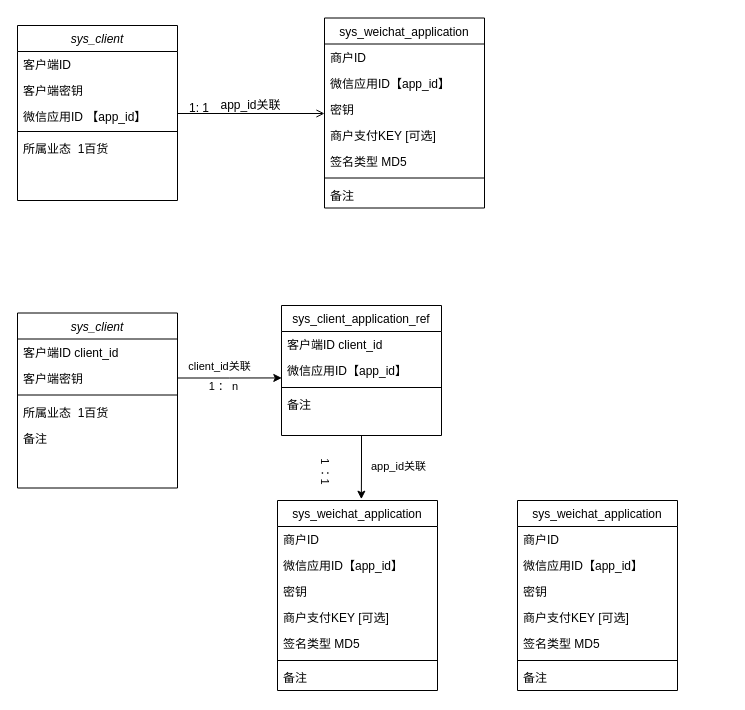
The draw.io diagram Untitled Diagram.drawio in nayouzhenai/java_web, before the edit. Source tidied: cells renumbered, new cells numbered last; positions are measured from the earlier drawing's top-left corner, leaving out a move shared by most shapes. Both pictures are drawn from the tidied source at 100%, with x=0, y=0 at pixel (17, 17).
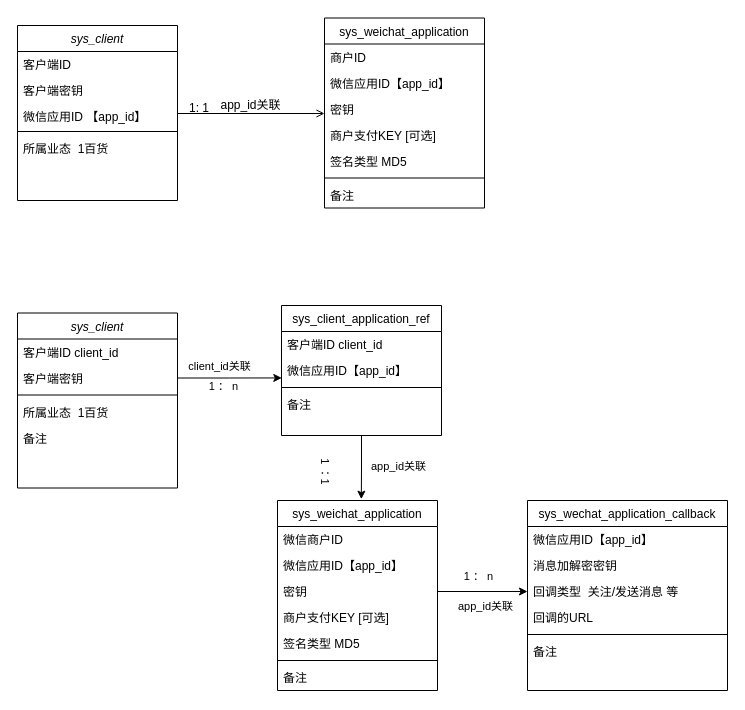
After the change.

The change refers to these unchanged cells:
```xml
<mxCell id="34" value="sys_weichat_application" style="swimlane;fontStyle=0;align=center;verticalAlign=top;horizontal=1;startSize=26;rounded=0;shadow=0;strokeWidth=1;" parent="1" vertex="1">
  <mxGeometry x="260" y="483" width="160" height="190" as="geometry" />
</mxCell>
<mxCell id="37" value="密钥" style="text;align=left;verticalAlign=top;spacingLeft=4;spacingRight=4;overflow=hidden;points=[[0,0.5],[1,0.5]];portConstraint=eastwest;rounded=0;shadow=0;html=0;" parent="34" vertex="1">
  <mxGeometry y="78" width="160" height="26" as="geometry" />
</mxCell>
```

What changed in the source:
```diff
@@
-    <mxCell id="35" value="商户ID" style="text;align=left;verticalAlign=top;spacingLeft=4;spacingRight=4;overflow=hidden;" parent="34" vertex="1">
+    <mxCell id="35" value="微信商户ID" style="text;align=left;verticalAlign=top;spacingLeft=4;spacingRight=4;overflow=hidden;" parent="34" vertex="1">
       <mxGeometry y="26" width="160" height="26" as="geometry" />
     </mxCell>
@@
-    <mxCell id="43" value="sys_weichat_application" style="swimlane;fontStyle=0;align=center;verticalAlign=top;horizontal=1;startSize=26;rounded=0;shadow=0;strokeWidth=1;" parent="1" vertex="1">
-      <mxGeometry x="500" y="483" width="160" height="190" as="geometry" />
+    <mxCell id="43" value="sys_wechat_application_callback" style="swimlane;fontStyle=0;align=center;verticalAlign=top;horizontal=1;startSize=26;rounded=0;shadow=0;strokeWidth=1;" parent="1" vertex="1">
+      <mxGeometry x="510" y="483" width="200" height="190" as="geometry" />
     </mxCell>
-    <mxCell id="44" value="商户ID" style="text;align=left;verticalAlign=top;spacingLeft=4;spacingRight=4;overflow=hidden;" parent="43" vertex="1">
-      <mxGeometry y="26" width="160" height="26" as="geometry" />
-    </mxCell>
     <mxCell id="45" value="微信应用ID【app_id】" style="text;align=left;verticalAlign=top;spacingLeft=4;spacingRight=4;overflow=hidden;rounded=0;shadow=0;html=0;" parent="43" vertex="1">
-      <mxGeometry y="52" width="160" height="26" as="geometry" />
+      <mxGeometry y="26" width="200" height="26" as="geometry" />
     </mxCell>
-    <mxCell id="46" value="密钥" style="text;align=left;verticalAlign=top;spacingLeft=4;spacingRight=4;overflow=hidden;rounded=0;shadow=0;html=0;" parent="43" vertex="1">
-      <mxGeometry y="78" width="160" height="26" as="geometry" />
+    <mxCell id="46" value="消息加解密密钥" style="text;align=left;verticalAlign=top;spacingLeft=4;spacingRight=4;overflow=hidden;rounded=0;shadow=0;html=0;" parent="43" vertex="1">
+      <mxGeometry y="52" width="200" height="26" as="geometry" />
     </mxCell>
-    <mxCell id="47" value="商户支付KEY [可选]" style="text;align=left;verticalAlign=top;spacingLeft=4;spacingRight=4;overflow=hidden;points=[[0,0.5],[1,0.5]];portConstraint=eastwest;rounded=0;shadow=0;html=0;" parent="43" vertex="1">
-      <mxGeometry y="104" width="160" height="26" as="geometry" />
+    <mxCell id="47" value="回调类型  关注/发送消息 等" style="text;align=left;verticalAlign=top;spacingLeft=4;spacingRight=4;overflow=hidden;points=[[0,0.5],[1,0.5]];portConstraint=eastwest;rounded=0;shadow=0;html=0;" parent="43" vertex="1">
+      <mxGeometry y="78" width="200" height="26" as="geometry" />
     </mxCell>
-    <mxCell id="48" value="签名类型 MD5" style="text;align=left;verticalAlign=top;spacingLeft=4;spacingRight=4;overflow=hidden;rounded=0;shadow=0;html=0;" parent="43" vertex="1">
-      <mxGeometry y="130" width="160" height="26" as="geometry" />
+    <mxCell id="48" value="回调的URL" style="text;align=left;verticalAlign=top;spacingLeft=4;spacingRight=4;overflow=hidden;rounded=0;shadow=0;html=0;" parent="43" vertex="1">
+      <mxGeometry y="104" width="200" height="26" as="geometry" />
     </mxCell>
     <mxCell id="49" style="line;html=1;strokeWidth=1;align=left;verticalAlign=middle;spacingTop=-1;spacingLeft=3;spacingRight=3;labelPosition=right;" parent="43" vertex="1">
-      <mxGeometry y="156" width="160" height="8" as="geometry" />
+      <mxGeometry y="130" width="200" height="8" as="geometry" />
     </mxCell>
     <mxCell id="50" value="备注" style="text;align=left;verticalAlign=top;spacingLeft=4;spacingRight=4;overflow=hidden;" parent="43" vertex="1">
-      <mxGeometry y="164" width="160" height="26" as="geometry" />
+      <mxGeometry y="138" width="200" height="26" as="geometry" />
     </mxCell>
@@
+    <mxCell id="52" style="edgeStyle=orthogonalEdgeStyle;rounded=0;jettySize=auto;html=1;entryX=0;entryY=0.5;entryDx=0;entryDy=0;" parent="1" edge="1" source="37" target="47">
+      <mxGeometry relative="1" as="geometry" />
+    </mxCell>
+    <mxCell id="53" value="1 ： n" style="edgeLabel;html=1;align=center;verticalAlign=middle;" parent="1" vertex="1">
+      <mxGeometry x="460" y="558" as="geometry" />
+    </mxCell>
+    <mxCell id="54" value="app_id关联" style="edgeLabel;html=1;align=center;verticalAlign=middle;" parent="1" vertex="1">
+      <mxGeometry x="467" y="588" as="geometry" />
+    </mxCell>
```
